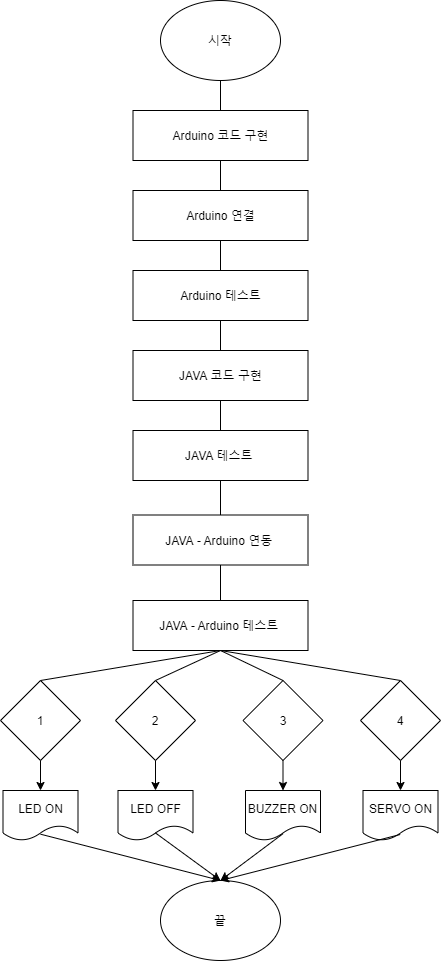
Earlier version of the draw.io export 포트폴리오/Java/Arduino/알고리즘/Untitled Diagram_Arduino.png (galaxy-light/201126-210604). Source tidied: cells renumbered, new cells last; positions are measured from the earlier drawing's top-left corner, leaving out a move shared by most shapes. The source it was exported from:
```xml
<mxGraphModel>
  <root>
    <mxCell id="0" />
    <mxCell id="1" parent="0" />
    <mxCell id="2" value="시작" style="ellipse;whiteSpace=wrap;html=1;" parent="1" vertex="1">
      <mxGeometry x="160" width="120" height="80" as="geometry" />
    </mxCell>
    <mxCell id="3" value="Arduino 코드 구현" style="rounded=0;whiteSpace=wrap;html=1;" parent="1" vertex="1">
      <mxGeometry x="132.5" y="110" width="175" height="50" as="geometry" />
    </mxCell>
    <mxCell id="4" value="Arduino 연결" style="rounded=0;whiteSpace=wrap;html=1;" parent="1" vertex="1">
      <mxGeometry x="132.5" y="190" width="175" height="50" as="geometry" />
    </mxCell>
    <mxCell id="5" value="Arduino 테스트" style="rounded=0;whiteSpace=wrap;html=1;" parent="1" vertex="1">
      <mxGeometry x="132.5" y="270" width="175" height="50" as="geometry" />
    </mxCell>
    <mxCell id="6" value="JAVA 코드 구현" style="rounded=0;whiteSpace=wrap;html=1;" parent="1" vertex="1">
      <mxGeometry x="132.5" y="350" width="175" height="50" as="geometry" />
    </mxCell>
    <mxCell id="7" value="JAVA 테스트&amp;nbsp;&lt;span style=&quot;color: rgba(0 , 0 , 0 , 0) ; font-family: monospace ; font-size: 0px&quot;&gt;%3CmxGraphModel%3E%3Croot%3E%3CmxCell%20id%3D%220%22%2F%3E%3CmxCell%20id%3D%221%22%20parent%3D%220%22%2F%3E%3CmxCell%20id%3D%222%22%20value%3D%22JAVA%20%EC%BD%94%EB%93%9C%20%EA%B5%AC%ED%98%84%22%20style%3D%22rounded%3D0%3BwhiteSpace%3Dwrap%3Bhtml%3D1%3B%22%20vertex%3D%221%22%20parent%3D%221%22%3E%3CmxGeometry%20x%3D%2267.5%22%20y%3D%22420%22%20width%3D%22175%22%20height%3D%2250%22%20as%3D%22geometry%22%2F%3E%3C%2FmxCell%3E%3C%2Froot%3E%3C%2FmxGraphModel%3E&amp;nbsp;&lt;/span&gt;&lt;font color=&quot;rgba(0, 0, 0, 0)&quot; face=&quot;monospace&quot;&gt;&lt;span style=&quot;font-size: 0px&quot;&gt;Arduino&lt;/span&gt;&lt;/font&gt;" style="rounded=0;whiteSpace=wrap;html=1;" parent="1" vertex="1">
      <mxGeometry x="132.5" y="430" width="175" height="50" as="geometry" />
    </mxCell>
    <mxCell id="8" value="JAVA -&amp;nbsp;Arduino 연동&amp;nbsp;&lt;span style=&quot;color: rgba(0 , 0 , 0 , 0) ; font-family: monospace ; font-size: 0px&quot;&gt;%3CmxGraphModel%3E%3Croot%3E%3CmxCell%20id%3D%220%22%2F%3E%3CmxCell%20id%3D%221%22%20parent%3D%220%22%2F%3E%3CmxCell%20id%3D%222%22%20value%3D%22JAVA%20%EC%BD%94%EB%93%9C%20%EA%B5%AC%ED%98%84%22%20style%3D%22rounded%3D0%3BwhiteSpace%3Dwrap%3Bhtml%3D1%3B%22%20vertex%3D%221%22%20parent%3D%221%22%3E%3CmxGeometry%20x%3D%2267.5%22%20y%3D%22420%22%20width%3D%22175%22%20height%3D%2250%22%20as%3D%22geometry%22%2F%3E%3C%2FmxCell%3E%3C%2Froot%3E%3C%2FmxGraphModel%3E&amp;nbsp;&lt;/span&gt;" style="rounded=0;whiteSpace=wrap;html=1;" parent="1" vertex="1">
      <mxGeometry x="132.5" y="514.5" width="175" height="50" as="geometry" />
    </mxCell>
    <mxCell id="9" value="끝" style="ellipse;whiteSpace=wrap;html=1;" parent="1" vertex="1">
      <mxGeometry x="160" y="880" width="120" height="80" as="geometry" />
    </mxCell>
    <mxCell id="10" style="endArrow=none;html=1;fontSize=20;exitX=0.5;exitY=1;exitDx=0;exitDy=0;entryX=0.5;entryY=0;entryDx=0;entryDy=0;" parent="1" edge="1" source="2" target="3">
      <mxGeometry relative="1" as="geometry" />
    </mxCell>
    <mxCell id="11" style="endArrow=none;html=1;fontSize=20;exitX=0.5;exitY=1;exitDx=0;exitDy=0;entryX=0.5;entryY=0;entryDx=0;entryDy=0;" parent="1" edge="1" source="3" target="4">
      <mxGeometry relative="1" as="geometry" />
    </mxCell>
    <mxCell id="12" style="endArrow=none;html=1;fontSize=20;exitX=0.5;exitY=0;exitDx=0;exitDy=0;entryX=0.5;entryY=1;entryDx=0;entryDy=0;" parent="1" edge="1" source="5" target="4">
      <mxGeometry relative="1" as="geometry" />
    </mxCell>
    <mxCell id="13" style="endArrow=none;html=1;fontSize=20;exitX=0.5;exitY=0;exitDx=0;exitDy=0;entryX=0.5;entryY=1;entryDx=0;entryDy=0;" parent="1" edge="1" source="6" target="5">
      <mxGeometry relative="1" as="geometry" />
    </mxCell>
    <mxCell id="14" style="endArrow=none;html=1;fontSize=20;exitX=0.5;exitY=0;exitDx=0;exitDy=0;entryX=0.5;entryY=1;entryDx=0;entryDy=0;" parent="1" edge="1" source="7" target="6">
      <mxGeometry relative="1" as="geometry" />
    </mxCell>
    <mxCell id="15" style="endArrow=none;html=1;fontSize=20;exitX=0.5;exitY=0;exitDx=0;exitDy=0;entryX=0.5;entryY=1;entryDx=0;entryDy=0;" parent="1" edge="1" source="8" target="7">
      <mxGeometry relative="1" as="geometry" />
    </mxCell>
    <mxCell id="16" value="1" style="rhombus;whiteSpace=wrap;html=1;" parent="1" vertex="1">
      <mxGeometry y="680" width="80" height="80" as="geometry" />
    </mxCell>
    <mxCell id="17" value="JAVA -&amp;nbsp;Arduino 테스트&amp;nbsp;&lt;span style=&quot;color: rgba(0 , 0 , 0 , 0) ; font-family: monospace ; font-size: 0px&quot;&gt;%3CmxGraphModel%3E%3Croot%3E%3CmxCell%20id%3D%220%22%2F%3E%3CmxCell%20id%3D%221%22%20parent%3D%220%22%2F%3E%3CmxCell%20id%3D%222%22%20value%3D%22JAVA%20%EC%BD%94%EB%93%9C%20%EA%B5%AC%ED%98%84%22%20style%3D%22rounded%3D0%3BwhiteSpace%3Dwrap%3Bhtml%3D1%3B%22%20vertex%3D%221%22%20parent%3D%221%22%3E%3CmxGeometry%20x%3D%2267.5%22%20y%3D%22420%22%20width%3D%22175%22%20height%3D%2250%22%20as%3D%22geometry%22%2F%3E%3C%2FmxCell%3E%3C%2Froot%3E%3C%2FmxGraphModel%3E&amp;nbsp;&lt;/span&gt;" style="rounded=0;whiteSpace=wrap;html=1;" parent="1" vertex="1">
      <mxGeometry x="132.5" y="600" width="175" height="50" as="geometry" />
    </mxCell>
    <mxCell id="18" value="2" style="rhombus;whiteSpace=wrap;html=1;" parent="1" vertex="1">
      <mxGeometry x="115" y="680" width="80" height="80" as="geometry" />
    </mxCell>
    <mxCell id="19" value="3" style="rhombus;whiteSpace=wrap;html=1;" parent="1" vertex="1">
      <mxGeometry x="242.5" y="680" width="80" height="80" as="geometry" />
    </mxCell>
    <mxCell id="20" value="4" style="rhombus;whiteSpace=wrap;html=1;" parent="1" vertex="1">
      <mxGeometry x="360" y="680" width="80" height="80" as="geometry" />
    </mxCell>
    <mxCell id="21" value="&lt;span&gt;LED ON&lt;/span&gt;" style="shape=document;whiteSpace=wrap;html=1;boundedLbl=1;" parent="1" vertex="1">
      <mxGeometry x="2.5" y="790" width="75" height="50" as="geometry" />
    </mxCell>
    <mxCell id="22" value="LED OFF" style="shape=document;whiteSpace=wrap;html=1;boundedLbl=1;" parent="1" vertex="1">
      <mxGeometry x="117.5" y="790" width="75" height="50" as="geometry" />
    </mxCell>
    <mxCell id="23" value="BUZZER ON" style="shape=document;whiteSpace=wrap;html=1;boundedLbl=1;" parent="1" vertex="1">
      <mxGeometry x="245" y="790" width="75" height="50" as="geometry" />
    </mxCell>
    <mxCell id="24" value="SERVO ON" style="shape=document;whiteSpace=wrap;html=1;boundedLbl=1;" parent="1" vertex="1">
      <mxGeometry x="362.5" y="790" width="75" height="50" as="geometry" />
    </mxCell>
    <mxCell id="25" style="endArrow=none;html=1;entryX=0.5;entryY=1;entryDx=0;entryDy=0;exitX=0.5;exitY=0;exitDx=0;exitDy=0;" parent="1" edge="1" source="17" target="8">
      <mxGeometry relative="1" as="geometry" />
    </mxCell>
    <mxCell id="26" style="endArrow=none;html=1;exitX=0.5;exitY=1;exitDx=0;exitDy=0;entryX=0.5;entryY=0;entryDx=0;entryDy=0;" parent="1" edge="1" source="17" target="16">
      <mxGeometry relative="1" as="geometry" />
    </mxCell>
    <mxCell id="27" style="endArrow=none;html=1;entryX=0.5;entryY=0;entryDx=0;entryDy=0;exitX=0.5;exitY=1;exitDx=0;exitDy=0;" parent="1" edge="1" source="17" target="18">
      <mxGeometry relative="1" as="geometry" />
    </mxCell>
    <mxCell id="28" style="endArrow=none;html=1;entryX=0.5;entryY=0;entryDx=0;entryDy=0;exitX=0.5;exitY=1;exitDx=0;exitDy=0;" parent="1" edge="1" source="17" target="19">
      <mxGeometry relative="1" as="geometry" />
    </mxCell>
    <mxCell id="29" style="endArrow=none;html=1;entryX=0.5;entryY=0;entryDx=0;entryDy=0;exitX=0.5;exitY=1;exitDx=0;exitDy=0;" parent="1" edge="1" source="17" target="20">
      <mxGeometry relative="1" as="geometry" />
    </mxCell>
    <mxCell id="30" style="endArrow=classic;html=1;exitX=0.5;exitY=1;exitDx=0;exitDy=0;entryX=0.5;entryY=0;entryDx=0;entryDy=0;" parent="1" edge="1" source="16" target="21">
      <mxGeometry relative="1" as="geometry" />
    </mxCell>
    <mxCell id="31" style="endArrow=classic;html=1;exitX=0.5;exitY=1;exitDx=0;exitDy=0;entryX=0.5;entryY=0;entryDx=0;entryDy=0;" parent="1" edge="1" source="18" target="22">
      <mxGeometry relative="1" as="geometry" />
    </mxCell>
    <mxCell id="32" style="endArrow=classic;html=1;exitX=0.5;exitY=1;exitDx=0;exitDy=0;entryX=0.5;entryY=0;entryDx=0;entryDy=0;" parent="1" edge="1" source="19" target="23">
      <mxGeometry relative="1" as="geometry" />
    </mxCell>
    <mxCell id="33" style="endArrow=classic;html=1;exitX=0.5;exitY=1;exitDx=0;exitDy=0;entryX=0.5;entryY=0;entryDx=0;entryDy=0;" parent="1" edge="1" source="20" target="24">
      <mxGeometry relative="1" as="geometry" />
    </mxCell>
    <mxCell id="34" style="endArrow=classic;html=1;exitX=0.501;exitY=0.874;exitDx=0;exitDy=0;exitPerimeter=0;entryX=0.5;entryY=0;entryDx=0;entryDy=0;" parent="1" edge="1" source="21" target="9">
      <mxGeometry relative="1" as="geometry" />
    </mxCell>
    <mxCell id="35" style="endArrow=classic;html=1;exitX=0.497;exitY=0.846;exitDx=0;exitDy=0;exitPerimeter=0;entryX=0.5;entryY=0;entryDx=0;entryDy=0;" parent="1" edge="1" source="22" target="9">
      <mxGeometry relative="1" as="geometry" />
    </mxCell>
    <mxCell id="36" style="endArrow=classic;html=1;exitX=0.499;exitY=0.865;exitDx=0;exitDy=0;exitPerimeter=0;entryX=0.5;entryY=0;entryDx=0;entryDy=0;" parent="1" edge="1" source="23" target="9">
      <mxGeometry relative="1" as="geometry" />
    </mxCell>
    <mxCell id="37" style="endArrow=classic;html=1;entryX=0.5;entryY=0;entryDx=0;entryDy=0;exitX=0.496;exitY=0.88;exitDx=0;exitDy=0;exitPerimeter=0;" parent="1" edge="1" source="24" target="9">
      <mxGeometry relative="1" as="geometry" />
    </mxCell>
  </root>
</mxGraphModel>
```
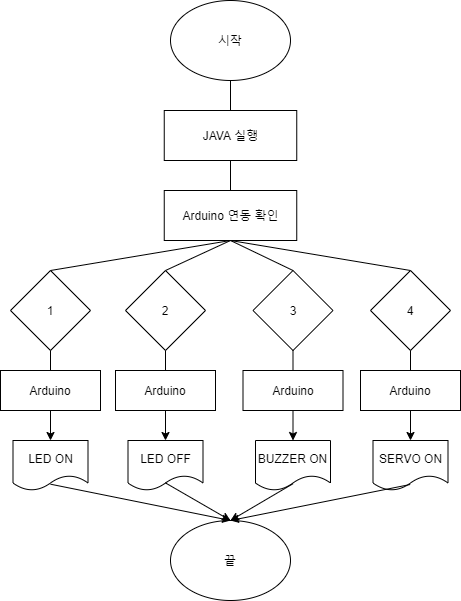
The same file after the commit.

Diff of the diagram source:
```diff
@@ -3,75 +3,39 @@
     <mxCell id="0" />
     <mxCell id="1" parent="0" />
     <mxCell id="2" value="시작" style="ellipse;whiteSpace=wrap;html=1;" parent="1" vertex="1">
-      <mxGeometry x="160" width="120" height="80" as="geometry" />
+      <mxGeometry x="160" y="-80" width="120" height="80" as="geometry" />
     </mxCell>
-    <mxCell id="3" value="Arduino 코드 구현" style="rounded=0;whiteSpace=wrap;html=1;" parent="1" vertex="1">
-      <mxGeometry x="132.5" y="110" width="175" height="50" as="geometry" />
-    </mxCell>
-    <mxCell id="4" value="Arduino 연결" style="rounded=0;whiteSpace=wrap;html=1;" parent="1" vertex="1">
-      <mxGeometry x="132.5" y="190" width="175" height="50" as="geometry" />
-    </mxCell>
-    <mxCell id="5" value="Arduino 테스트" style="rounded=0;whiteSpace=wrap;html=1;" parent="1" vertex="1">
-      <mxGeometry x="132.5" y="270" width="175" height="50" as="geometry" />
-    </mxCell>
-    <mxCell id="6" value="JAVA 코드 구현" style="rounded=0;whiteSpace=wrap;html=1;" parent="1" vertex="1">
-      <mxGeometry x="132.5" y="350" width="175" height="50" as="geometry" />
-    </mxCell>
-    <mxCell id="7" value="JAVA 테스트&amp;nbsp;&lt;span style=&quot;color: rgba(0 , 0 , 0 , 0) ; font-family: monospace ; font-size: 0px&quot;&gt;%3CmxGraphModel%3E%3Croot%3E%3CmxCell%20id%3D%220%22%2F%3E%3CmxCell%20id%3D%221%22%20parent%3D%220%22%2F%3E%3CmxCell%20id%3D%222%22%20value%3D%22JAVA%20%EC%BD%94%EB%93%9C%20%EA%B5%AC%ED%98%84%22%20style%3D%22rounded%3D0%3BwhiteSpace%3Dwrap%3Bhtml%3D1%3B%22%20vertex%3D%221%22%20parent%3D%221%22%3E%3CmxGeometry%20x%3D%2267.5%22%20y%3D%22420%22%20width%3D%22175%22%20height%3D%2250%22%20as%3D%22geometry%22%2F%3E%3C%2FmxCell%3E%3C%2Froot%3E%3C%2FmxGraphModel%3E&amp;nbsp;&lt;/span&gt;&lt;font color=&quot;rgba(0, 0, 0, 0)&quot; face=&quot;monospace&quot;&gt;&lt;span style=&quot;font-size: 0px&quot;&gt;Arduino&lt;/span&gt;&lt;/font&gt;" style="rounded=0;whiteSpace=wrap;html=1;" parent="1" vertex="1">
-      <mxGeometry x="132.5" y="430" width="175" height="50" as="geometry" />
-    </mxCell>
-    <mxCell id="8" value="JAVA -&amp;nbsp;Arduino 연동&amp;nbsp;&lt;span style=&quot;color: rgba(0 , 0 , 0 , 0) ; font-family: monospace ; font-size: 0px&quot;&gt;%3CmxGraphModel%3E%3Croot%3E%3CmxCell%20id%3D%220%22%2F%3E%3CmxCell%20id%3D%221%22%20parent%3D%220%22%2F%3E%3CmxCell%20id%3D%222%22%20value%3D%22JAVA%20%EC%BD%94%EB%93%9C%20%EA%B5%AC%ED%98%84%22%20style%3D%22rounded%3D0%3BwhiteSpace%3Dwrap%3Bhtml%3D1%3B%22%20vertex%3D%221%22%20parent%3D%221%22%3E%3CmxGeometry%20x%3D%2267.5%22%20y%3D%22420%22%20width%3D%22175%22%20height%3D%2250%22%20as%3D%22geometry%22%2F%3E%3C%2FmxCell%3E%3C%2Froot%3E%3C%2FmxGraphModel%3E&amp;nbsp;&lt;/span&gt;" style="rounded=0;whiteSpace=wrap;html=1;" parent="1" vertex="1">
-      <mxGeometry x="132.5" y="514.5" width="175" height="50" as="geometry" />
-    </mxCell>
     <mxCell id="9" value="끝" style="ellipse;whiteSpace=wrap;html=1;" parent="1" vertex="1">
-      <mxGeometry x="160" y="880" width="120" height="80" as="geometry" />
+      <mxGeometry x="160" y="440" width="120" height="80" as="geometry" />
     </mxCell>
-    <mxCell id="10" style="endArrow=none;html=1;fontSize=20;exitX=0.5;exitY=1;exitDx=0;exitDy=0;entryX=0.5;entryY=0;entryDx=0;entryDy=0;" parent="1" edge="1" source="2" target="3">
-      <mxGeometry relative="1" as="geometry" />
-    </mxCell>
-    <mxCell id="11" style="endArrow=none;html=1;fontSize=20;exitX=0.5;exitY=1;exitDx=0;exitDy=0;entryX=0.5;entryY=0;entryDx=0;entryDy=0;" parent="1" edge="1" source="3" target="4">
-      <mxGeometry relative="1" as="geometry" />
-    </mxCell>
-    <mxCell id="12" style="endArrow=none;html=1;fontSize=20;exitX=0.5;exitY=0;exitDx=0;exitDy=0;entryX=0.5;entryY=1;entryDx=0;entryDy=0;" parent="1" edge="1" source="5" target="4">
-      <mxGeometry relative="1" as="geometry" />
-    </mxCell>
-    <mxCell id="13" style="endArrow=none;html=1;fontSize=20;exitX=0.5;exitY=0;exitDx=0;exitDy=0;entryX=0.5;entryY=1;entryDx=0;entryDy=0;" parent="1" edge="1" source="6" target="5">
-      <mxGeometry relative="1" as="geometry" />
-    </mxCell>
-    <mxCell id="14" style="endArrow=none;html=1;fontSize=20;exitX=0.5;exitY=0;exitDx=0;exitDy=0;entryX=0.5;entryY=1;entryDx=0;entryDy=0;" parent="1" edge="1" source="7" target="6">
-      <mxGeometry relative="1" as="geometry" />
-    </mxCell>
-    <mxCell id="15" style="endArrow=none;html=1;fontSize=20;exitX=0.5;exitY=0;exitDx=0;exitDy=0;entryX=0.5;entryY=1;entryDx=0;entryDy=0;" parent="1" edge="1" source="8" target="7">
-      <mxGeometry relative="1" as="geometry" />
-    </mxCell>
     <mxCell id="16" value="1" style="rhombus;whiteSpace=wrap;html=1;" parent="1" vertex="1">
-      <mxGeometry y="680" width="80" height="80" as="geometry" />
+      <mxGeometry y="190" width="80" height="80" as="geometry" />
     </mxCell>
-    <mxCell id="17" value="JAVA -&amp;nbsp;Arduino 테스트&amp;nbsp;&lt;span style=&quot;color: rgba(0 , 0 , 0 , 0) ; font-family: monospace ; font-size: 0px&quot;&gt;%3CmxGraphModel%3E%3Croot%3E%3CmxCell%20id%3D%220%22%2F%3E%3CmxCell%20id%3D%221%22%20parent%3D%220%22%2F%3E%3CmxCell%20id%3D%222%22%20value%3D%22JAVA%20%EC%BD%94%EB%93%9C%20%EA%B5%AC%ED%98%84%22%20style%3D%22rounded%3D0%3BwhiteSpace%3Dwrap%3Bhtml%3D1%3B%22%20vertex%3D%221%22%20parent%3D%221%22%3E%3CmxGeometry%20x%3D%2267.5%22%20y%3D%22420%22%20width%3D%22175%22%20height%3D%2250%22%20as%3D%22geometry%22%2F%3E%3C%2FmxCell%3E%3C%2Froot%3E%3C%2FmxGraphModel%3E&amp;nbsp;&lt;/span&gt;" style="rounded=0;whiteSpace=wrap;html=1;" parent="1" vertex="1">
-      <mxGeometry x="132.5" y="600" width="175" height="50" as="geometry" />
+    <mxCell id="17" value="&lt;span&gt;Arduino 연동 확인&lt;/span&gt;" style="rounded=0;whiteSpace=wrap;html=1;" parent="1" vertex="1">
+      <mxGeometry x="153.8" y="110" width="132.5" height="50" as="geometry" />
     </mxCell>
     <mxCell id="18" value="2" style="rhombus;whiteSpace=wrap;html=1;" parent="1" vertex="1">
-      <mxGeometry x="115" y="680" width="80" height="80" as="geometry" />
+      <mxGeometry x="115" y="190" width="80" height="80" as="geometry" />
     </mxCell>
     <mxCell id="19" value="3" style="rhombus;whiteSpace=wrap;html=1;" parent="1" vertex="1">
-      <mxGeometry x="242.5" y="680" width="80" height="80" as="geometry" />
+      <mxGeometry x="242.5" y="190" width="80" height="80" as="geometry" />
     </mxCell>
     <mxCell id="20" value="4" style="rhombus;whiteSpace=wrap;html=1;" parent="1" vertex="1">
-      <mxGeometry x="360" y="680" width="80" height="80" as="geometry" />
+      <mxGeometry x="360" y="190" width="80" height="80" as="geometry" />
     </mxCell>
     <mxCell id="21" value="&lt;span&gt;LED ON&lt;/span&gt;" style="shape=document;whiteSpace=wrap;html=1;boundedLbl=1;" parent="1" vertex="1">
-      <mxGeometry x="2.5" y="790" width="75" height="50" as="geometry" />
+      <mxGeometry x="2.5" y="360" width="75" height="50" as="geometry" />
     </mxCell>
     <mxCell id="22" value="LED OFF" style="shape=document;whiteSpace=wrap;html=1;boundedLbl=1;" parent="1" vertex="1">
-      <mxGeometry x="117.5" y="790" width="75" height="50" as="geometry" />
+      <mxGeometry x="117.5" y="360" width="75" height="50" as="geometry" />
     </mxCell>
     <mxCell id="23" value="BUZZER ON" style="shape=document;whiteSpace=wrap;html=1;boundedLbl=1;" parent="1" vertex="1">
-      <mxGeometry x="245" y="790" width="75" height="50" as="geometry" />
+      <mxGeometry x="245" y="360" width="75" height="50" as="geometry" />
     </mxCell>
     <mxCell id="24" value="SERVO ON" style="shape=document;whiteSpace=wrap;html=1;boundedLbl=1;" parent="1" vertex="1">
-      <mxGeometry x="362.5" y="790" width="75" height="50" as="geometry" />
+      <mxGeometry x="362.5" y="360" width="75" height="50" as="geometry" />
     </mxCell>
-    <mxCell id="25" style="endArrow=none;html=1;entryX=0.5;entryY=1;entryDx=0;entryDy=0;exitX=0.5;exitY=0;exitDx=0;exitDy=0;" parent="1" edge="1" source="17" target="8">
+    <mxCell id="25" style="endArrow=none;html=1;exitX=0.5;exitY=0;exitDx=0;exitDy=0;entryX=0.5;entryY=1;entryDx=0;entryDy=0;" parent="1" edge="1" source="17" target="42">
       <mxGeometry relative="1" as="geometry" />
     </mxCell>
     <mxCell id="26" style="endArrow=none;html=1;exitX=0.5;exitY=1;exitDx=0;exitDy=0;entryX=0.5;entryY=0;entryDx=0;entryDy=0;" parent="1" edge="1" source="17" target="16">
@@ -86,16 +50,16 @@
     <mxCell id="29" style="endArrow=none;html=1;entryX=0.5;entryY=0;entryDx=0;entryDy=0;exitX=0.5;exitY=1;exitDx=0;exitDy=0;" parent="1" edge="1" source="17" target="20">
       <mxGeometry relative="1" as="geometry" />
     </mxCell>
-    <mxCell id="30" style="endArrow=classic;html=1;exitX=0.5;exitY=1;exitDx=0;exitDy=0;entryX=0.5;entryY=0;entryDx=0;entryDy=0;" parent="1" edge="1" source="16" target="21">
+    <mxCell id="30" style="endArrow=classic;html=1;entryX=0.5;entryY=0;entryDx=0;entryDy=0;exitX=0.5;exitY=1;exitDx=0;exitDy=0;" parent="1" edge="1" source="41" target="21">
       <mxGeometry relative="1" as="geometry" />
     </mxCell>
-    <mxCell id="31" style="endArrow=classic;html=1;exitX=0.5;exitY=1;exitDx=0;exitDy=0;entryX=0.5;entryY=0;entryDx=0;entryDy=0;" parent="1" edge="1" source="18" target="22">
+    <mxCell id="31" style="endArrow=classic;html=1;entryX=0.5;entryY=0;entryDx=0;entryDy=0;exitX=0.5;exitY=1;exitDx=0;exitDy=0;" parent="1" edge="1" source="40" target="22">
       <mxGeometry relative="1" as="geometry" />
     </mxCell>
-    <mxCell id="32" style="endArrow=classic;html=1;exitX=0.5;exitY=1;exitDx=0;exitDy=0;entryX=0.5;entryY=0;entryDx=0;entryDy=0;" parent="1" edge="1" source="19" target="23">
+    <mxCell id="32" style="endArrow=classic;html=1;entryX=0.5;entryY=0;entryDx=0;entryDy=0;exitX=0.5;exitY=1;exitDx=0;exitDy=0;" parent="1" edge="1" source="39" target="23">
       <mxGeometry relative="1" as="geometry" />
     </mxCell>
-    <mxCell id="33" style="endArrow=classic;html=1;exitX=0.5;exitY=1;exitDx=0;exitDy=0;entryX=0.5;entryY=0;entryDx=0;entryDy=0;" parent="1" edge="1" source="20" target="24">
+    <mxCell id="33" style="endArrow=classic;html=1;entryX=0.5;entryY=0;entryDx=0;entryDy=0;exitX=0.5;exitY=1;exitDx=0;exitDy=0;" parent="1" edge="1" source="38" target="24">
       <mxGeometry relative="1" as="geometry" />
     </mxCell>
     <mxCell id="34" style="endArrow=classic;html=1;exitX=0.501;exitY=0.874;exitDx=0;exitDy=0;exitPerimeter=0;entryX=0.5;entryY=0;entryDx=0;entryDy=0;" parent="1" edge="1" source="21" target="9">
@@ -110,5 +74,35 @@
     <mxCell id="37" style="endArrow=classic;html=1;entryX=0.5;entryY=0;entryDx=0;entryDy=0;exitX=0.496;exitY=0.88;exitDx=0;exitDy=0;exitPerimeter=0;" parent="1" edge="1" source="24" target="9">
       <mxGeometry relative="1" as="geometry" />
     </mxCell>
+    <mxCell id="38" value="Arduino" style="rounded=0;whiteSpace=wrap;html=1;" parent="1" vertex="1">
+      <mxGeometry x="350" y="290" width="100" height="40" as="geometry" />
+    </mxCell>
+    <mxCell id="39" value="Arduino" style="rounded=0;whiteSpace=wrap;html=1;" parent="1" vertex="1">
+      <mxGeometry x="232.5" y="290" width="100" height="40" as="geometry" />
+    </mxCell>
+    <mxCell id="40" value="Arduino" style="rounded=0;whiteSpace=wrap;html=1;" parent="1" vertex="1">
+      <mxGeometry x="105" y="290" width="100" height="40" as="geometry" />
+    </mxCell>
+    <mxCell id="41" value="Arduino" style="rounded=0;whiteSpace=wrap;html=1;" parent="1" vertex="1">
+      <mxGeometry x="-10" y="290" width="100" height="40" as="geometry" />
+    </mxCell>
+    <mxCell id="42" value="JAVA 실행&lt;span style=&quot;color: rgba(0 , 0 , 0 , 0) ; font-family: monospace ; font-size: 0px&quot;&gt;%3CmxGraphModel%3E%3Croot%3E%3CmxCell%20id%3D%220%22%2F%3E%3CmxCell%20id%3D%221%22%20parent%3D%220%22%2F%3E%3CmxCell%20id%3D%222%22%20value%3D%22JAVA%20%EC%BD%94%EB%93%9C%20%EA%B5%AC%ED%98%84%22%20style%3D%22rounded%3D0%3BwhiteSpace%3Dwrap%3Bhtml%3D1%3B%22%20vertex%3D%221%22%20parent%3D%221%22%3E%3CmxGeometry%20x%3D%2267.5%22%20y%3D%22420%22%20width%3D%22175%22%20height%3D%2250%22%20as%3D%22geometry%22%2F%3E%3C%2FmxCell%3E%3C%2Froot%3E%3C%2FmxGraphModel%3E&amp;nbsp;&lt;/span&gt;" style="rounded=0;whiteSpace=wrap;html=1;" parent="1" vertex="1">
+      <mxGeometry x="153.8" y="30" width="132.5" height="50" as="geometry" />
+    </mxCell>
+    <mxCell id="43" style="endArrow=none;html=1;exitX=0.5;exitY=0;exitDx=0;exitDy=0;entryX=0.5;entryY=1;entryDx=0;entryDy=0;" parent="1" edge="1" source="42" target="2">
+      <mxGeometry relative="1" as="geometry" />
+    </mxCell>
+    <mxCell id="44" style="endArrow=none;html=1;entryX=0.5;entryY=1;entryDx=0;entryDy=0;" parent="1" edge="1" source="41" target="16">
+      <mxGeometry relative="1" as="geometry" />
+    </mxCell>
+    <mxCell id="45" style="endArrow=none;html=1;entryX=0.5;entryY=1;entryDx=0;entryDy=0;exitX=0.5;exitY=0;exitDx=0;exitDy=0;" parent="1" edge="1" source="40" target="18">
+      <mxGeometry relative="1" as="geometry" />
+    </mxCell>
+    <mxCell id="46" style="endArrow=none;html=1;entryX=0.5;entryY=1;entryDx=0;entryDy=0;" parent="1" edge="1" source="39" target="19">
+      <mxGeometry relative="1" as="geometry" />
+    </mxCell>
+    <mxCell id="47" style="endArrow=none;html=1;entryX=0.5;entryY=1;entryDx=0;entryDy=0;" parent="1" edge="1" source="38" target="20">
+      <mxGeometry relative="1" as="geometry" />
+    </mxCell>
   </root>
 </mxGraphModel>
```
